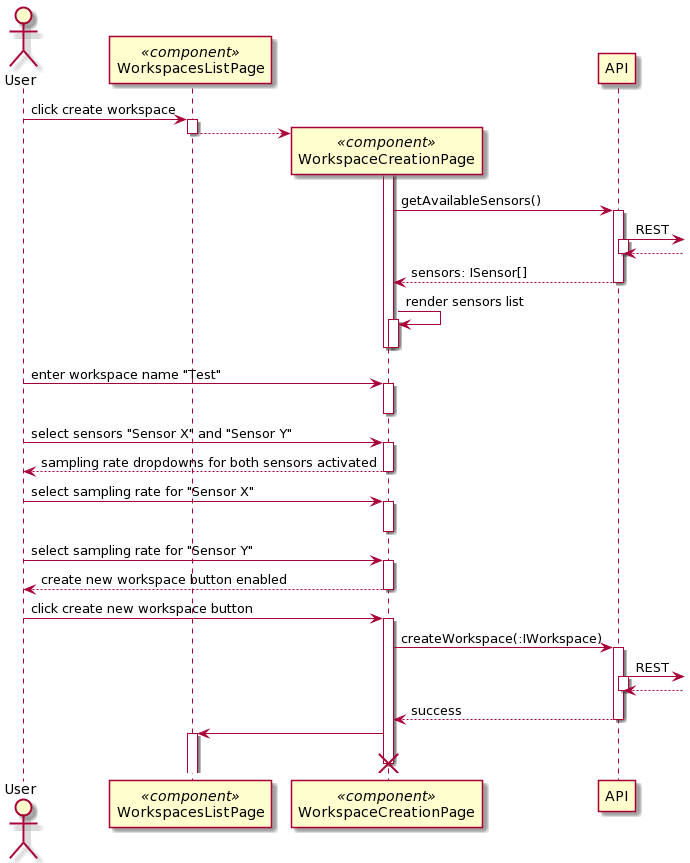
The PlantUML diagram Design/Documentation/figures/seq-desktop-workspace-create.png in PSE-TECO-2020-TEAM1/e2e-ml_docs, before a commit.
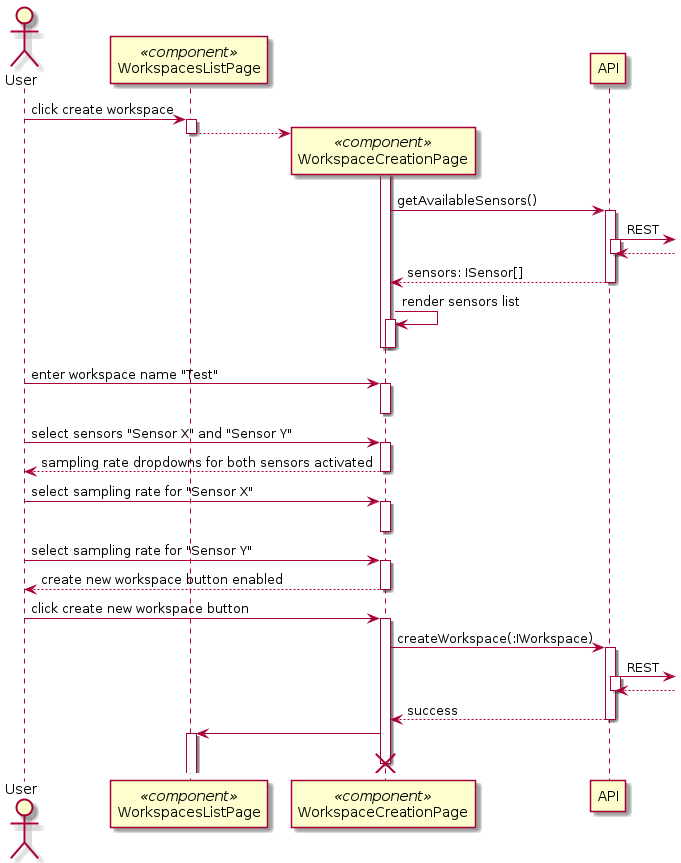
The same diagram one commit later.

Diff of the diagram source:
```diff
@@ -1,4 +1,4 @@
-@startuml
+@startuml Desktop Client - Create Workspace
 autoactivate on
 
 actor User as u
```
